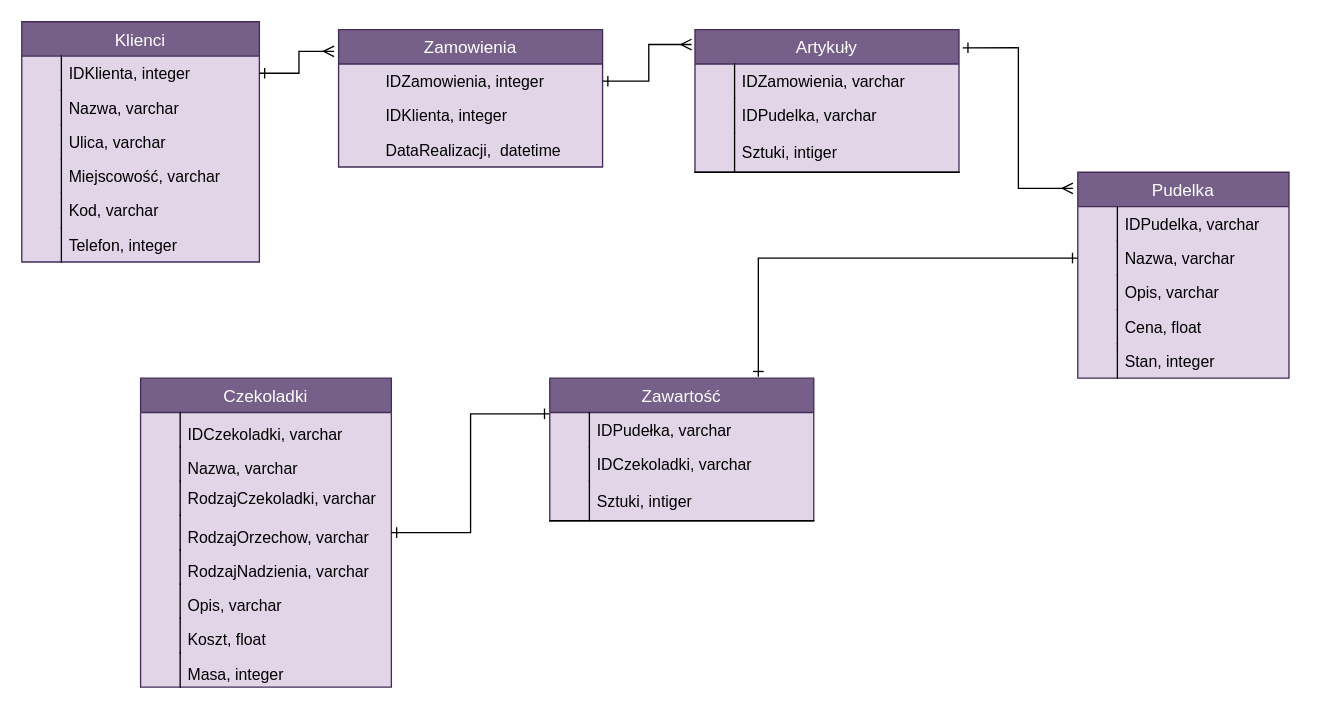
Earlier version of the draw.io diagram page "ERD Data Structure - Habit Tracker App" (1 of 2) of Cwiczenia_1/cw1.drawio (kliniik/intro_databases). Source tidied: cells renumbered, new cells numbered last; positions are measured from the earlier drawing's top-left corner, leaving out a move shared by most shapes. Both pictures are drawn from the tidied source at 132%, with x=0, y=0 at pixel (21, 21).
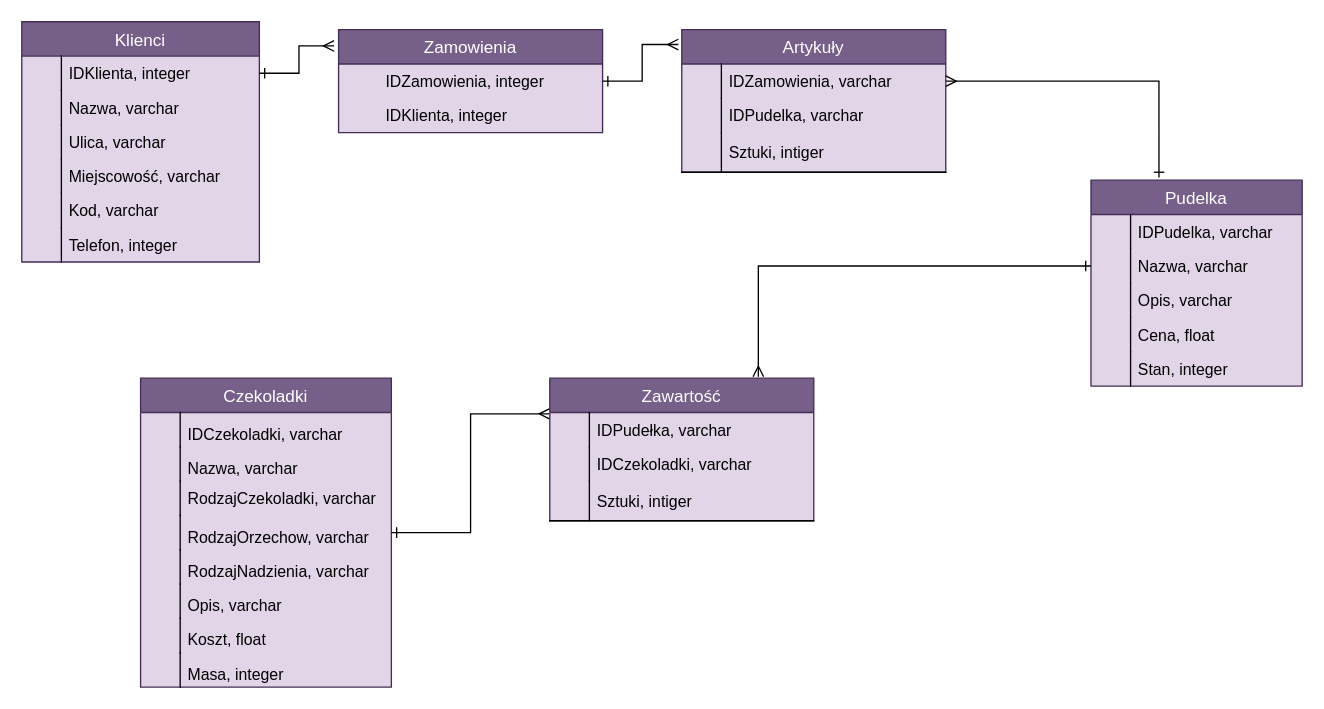
The same diagram, later.

Commit message:
poprawa zadania

Unchanged cells that the change refers to:
```xml
<mxCell id="16" value="IDZamowienia, varchar" style="shape=partialRectangle;top=0;left=0;right=0;bottom=0;align=left;verticalAlign=top;fillColor=none;spacingLeft=34;spacingRight=4;overflow=hidden;points=[[0,0.5],[1,0.5]];portConstraint=eastwest;fontColor=#000000;" parent="15" vertex="1">
  <mxGeometry y="26" width="200" height="26" as="geometry" />
</mxCell>
<mxCell id="25" value="Nazwa, varchar" style="shape=partialRectangle;top=0;left=0;right=0;bottom=0;align=left;verticalAlign=top;fillColor=none;spacingLeft=34;spacingRight=4;overflow=hidden;points=[[0,0.5],[1,0.5]];portConstraint=eastwest;fontColor=#000000;" parent="22" vertex="1">
  <mxGeometry y="52" width="160" height="26" as="geometry" />
</mxCell>
<mxCell id="33" value="Czekoladki" style="swimlane;fontStyle=0;horizontal=1;startSize=26;fillColor=#76608a;swimlaneFillColor=#E1D5E7;align=center;strokeWidth=1;fontSize=13;strokeColor=#432D57;fontColor=#ffffff;" parent="1" vertex="1">
  <mxGeometry x="90" y="270" width="190" height="234" as="geometry" />
</mxCell>
<mxCell id="55" value="Zawartość" style="swimlane;fontStyle=0;horizontal=1;startSize=26;fillColor=#76608a;swimlaneFillColor=#E1D5E7;align=center;strokeWidth=1;fontSize=13;strokeColor=#432D57;fontColor=#ffffff;" parent="1" vertex="1">
  <mxGeometry x="400" y="270" width="200" height="108" as="geometry" />
</mxCell>
```

Change to the diagram source:
```diff
@@
     <mxCell id="15" value="Artykuły" style="swimlane;fontStyle=0;horizontal=1;startSize=26;fillColor=#76608a;swimlaneFillColor=#E1D5E7;align=center;strokeWidth=1;fontSize=13;strokeColor=#432D57;fontColor=#ffffff;" parent="1" vertex="1">
-      <mxGeometry x="510" y="6" width="200" height="108" as="geometry" />
+      <mxGeometry x="500" y="6" width="200" height="108" as="geometry" />
     </mxCell>
@@
     <mxCell id="22" value="Pudelka" style="swimlane;fontStyle=0;horizontal=1;startSize=26;fillColor=#76608a;swimlaneFillColor=#E1D5E7;align=center;strokeWidth=1;fontSize=13;strokeColor=#432D57;fontColor=#ffffff;" parent="1" vertex="1">
-      <mxGeometry x="800" y="114" width="160" height="156" as="geometry" />
+      <mxGeometry x="810" y="120" width="160" height="156" as="geometry" />
     </mxCell>
@@
     <mxCell id="50" value="Zamowienia" style="swimlane;fontStyle=0;horizontal=1;startSize=26;fillColor=#76608a;swimlaneFillColor=#E1D5E7;align=center;strokeWidth=1;fontSize=13;strokeColor=#432D57;fontColor=#ffffff;" parent="1" vertex="1">
-      <mxGeometry x="240" y="6" width="200" height="104" as="geometry" />
+      <mxGeometry x="240" y="6" width="200" height="78" as="geometry" />
     </mxCell>
@@
-    <mxCell id="53" value="DataRealizacji,  datetime" style="shape=partialRectangle;top=0;left=0;right=0;bottom=0;align=left;verticalAlign=top;fillColor=none;spacingLeft=34;spacingRight=4;overflow=hidden;fontStyle=0;fontColor=#000000;" parent="50" vertex="1">
-      <mxGeometry y="78" width="200" height="26" as="geometry" />
-    </mxCell>
-    <mxCell id="54" style="edgeStyle=orthogonalEdgeStyle;rounded=0;jettySize=auto;html=1;exitX=0;exitY=0.25;exitDx=0;exitDy=0;startArrow=ERone;startFill=0;endArrow=ERone;endFill=0;" parent="1" edge="1" source="55" target="33">
+    <mxCell id="54" style="edgeStyle=orthogonalEdgeStyle;rounded=0;jettySize=auto;html=1;exitX=0;exitY=0.25;exitDx=0;exitDy=0;startArrow=ERmany;startFill=0;endArrow=ERone;endFill=0;" parent="1" edge="1" source="55" target="33">
       <mxGeometry relative="1" as="geometry" />
     </mxCell>
@@
-    <mxCell id="64" style="edgeStyle=orthogonalEdgeStyle;rounded=0;jettySize=auto;html=1;exitX=1.014;exitY=0.127;exitDx=0;exitDy=0;entryX=-0.023;entryY=0.078;entryDx=0;entryDy=0;entryPerimeter=0;exitPerimeter=0;endArrow=ERmany;endFill=0;startArrow=ERone;startFill=0;" parent="1" edge="1" source="15" target="22">
-      <mxGeometry relative="1" as="geometry" />
-    </mxCell>
-    <mxCell id="65" style="edgeStyle=orthogonalEdgeStyle;rounded=0;jettySize=auto;html=1;exitX=0;exitY=0.5;exitDx=0;exitDy=0;entryX=0.79;entryY=-0.01;entryDx=0;entryDy=0;entryPerimeter=0;startArrow=ERone;startFill=0;endArrow=ERone;endFill=0;" parent="1" edge="1" source="25" target="55">
+    <mxCell id="65" style="edgeStyle=orthogonalEdgeStyle;rounded=0;jettySize=auto;html=1;exitX=0;exitY=0.5;exitDx=0;exitDy=0;entryX=0.79;entryY=-0.01;entryDx=0;entryDy=0;entryPerimeter=0;startArrow=ERone;startFill=0;endArrow=ERmany;endFill=0;" parent="1" edge="1" source="25" target="55">
       <mxGeometry relative="1" as="geometry" />
     </mxCell>
+    <mxCell id="66" style="edgeStyle=orthogonalEdgeStyle;rounded=0;jettySize=auto;html=1;exitX=1;exitY=0.5;exitDx=0;exitDy=0;entryX=0.322;entryY=-0.013;entryDx=0;entryDy=0;entryPerimeter=0;endArrow=ERone;endFill=0;startArrow=ERmany;startFill=0;" parent="1" edge="1" source="16" target="22">
+      <mxGeometry relative="1" as="geometry" />
+    </mxCell>
```
